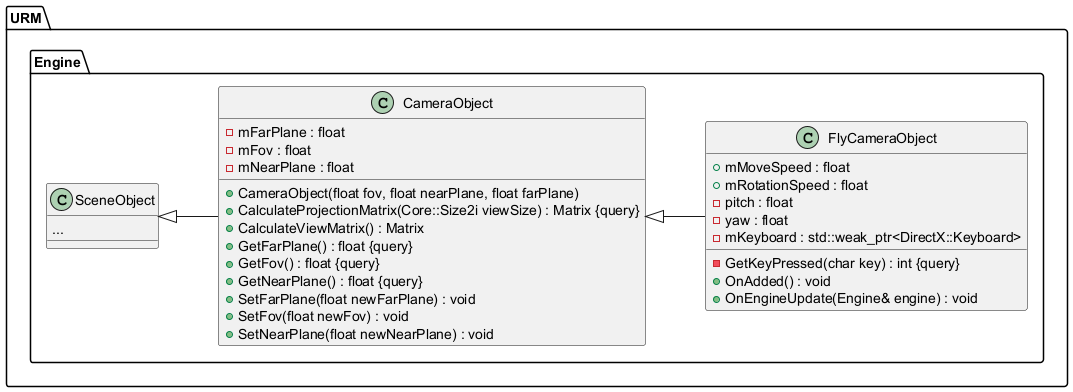
MinikPLayer/MasterThesis_UniversalRenderingModule_D3D11 keeps this PlantUML diagram as Latex/images/UML/sceneobjects_camera.png. Above is the earlier version. Source of this version:
```plantuml
@startuml
left to right direction






namespace URM {
	namespace Engine {
		class CameraObject {
			+CameraObject(float fov, float nearPlane, float farPlane)
			+CalculateProjectionMatrix(Core::Size2i viewSize) : Matrix {query}
			+CalculateViewMatrix() : Matrix
			+GetFarPlane() : float {query}
			+GetFov() : float {query}
			+GetNearPlane() : float {query}
			-mFarPlane : float
			-mFov : float
			-mNearPlane : float
			+SetFarPlane(float newFarPlane) : void
			+SetFov(float newFov) : void
			+SetNearPlane(float newNearPlane) : void
		}

		class FlyCameraObject {
			+mMoveSpeed : float
			+mRotationSpeed : float
			-pitch : float
			-yaw : float
			-GetKeyPressed(char key) : int {query}
			-mKeyboard : std::weak_ptr<DirectX::Keyboard>
			+OnAdded() : void
			+OnEngineUpdate(Engine& engine) : void
		}

		class SceneObject {
		...
		}
	}
}






URM.Engine.CameraObject <|-- URM.Engine.FlyCameraObject


URM.Engine.SceneObject <|-- URM.Engine.CameraObject















@enduml
```
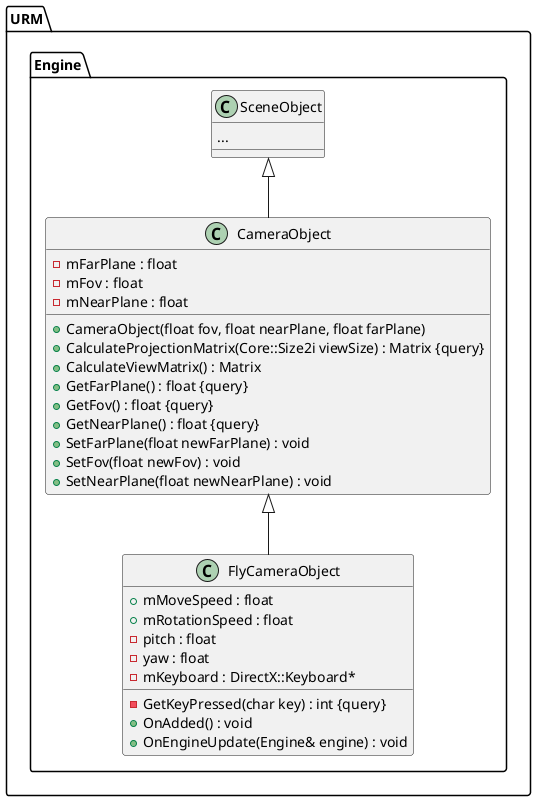
Later version of the same file.

Diff of the diagram source:
```diff
@@ -1,5 +1,5 @@
 @startuml
-left to right direction
+top to bottom direction
 
 
 
@@ -29,7 +29,7 @@
 			-pitch : float
 			-yaw : float
 			-GetKeyPressed(char key) : int {query}
-			-mKeyboard : std::weak_ptr<DirectX::Keyboard>
+			-mKeyboard : DirectX::Keyboard*
 			+OnAdded() : void
 			+OnEngineUpdate(Engine& engine) : void
 		}
```
